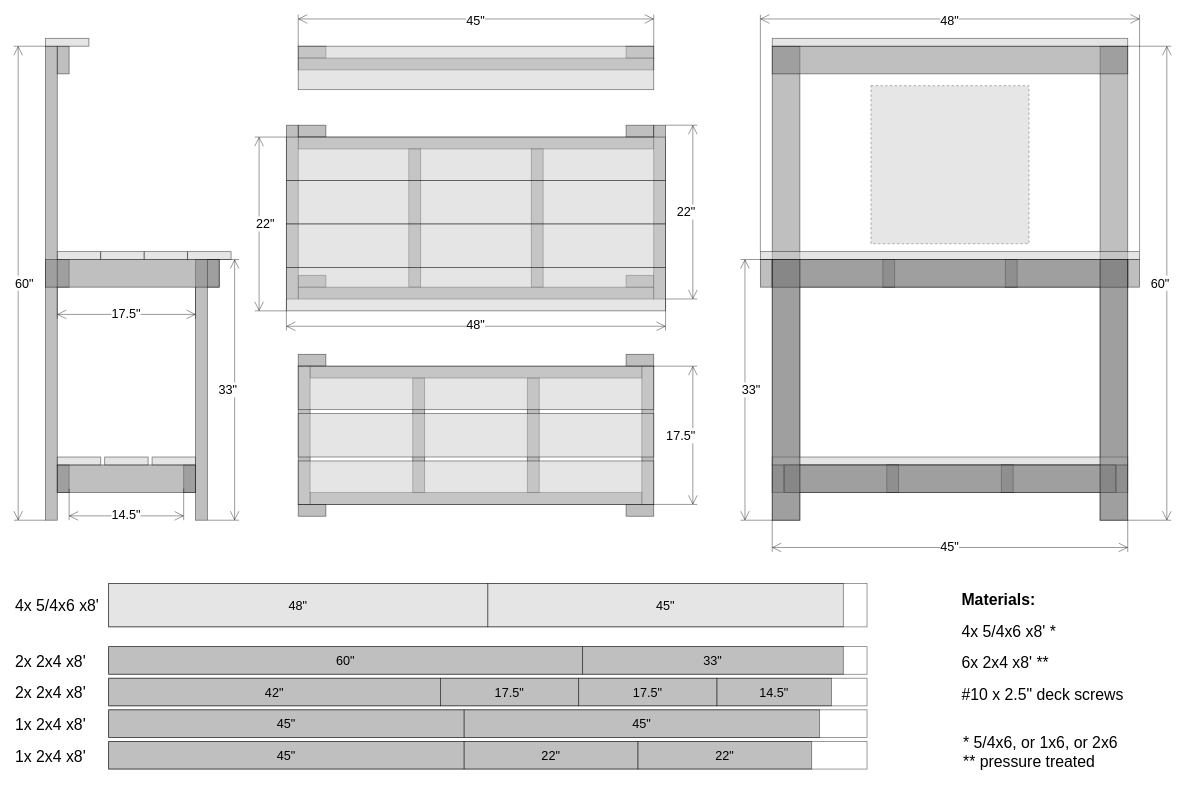
gsteiert/planting-bench keeps this draw.io diagram as page "Design" (1 of 2) of plans.drawio. Above is the earlier version. Source tidied: cells renumbered, new cells numbered last; positions are measured from the earlier drawing's top-left corner, leaving out a move shared by most shapes. Both pictures are drawn from the tidied source at 79%, with x=0, y=0 at pixel (13, 14). Pictures stored in the file or linked from it are replaced by grey dashed boxes.
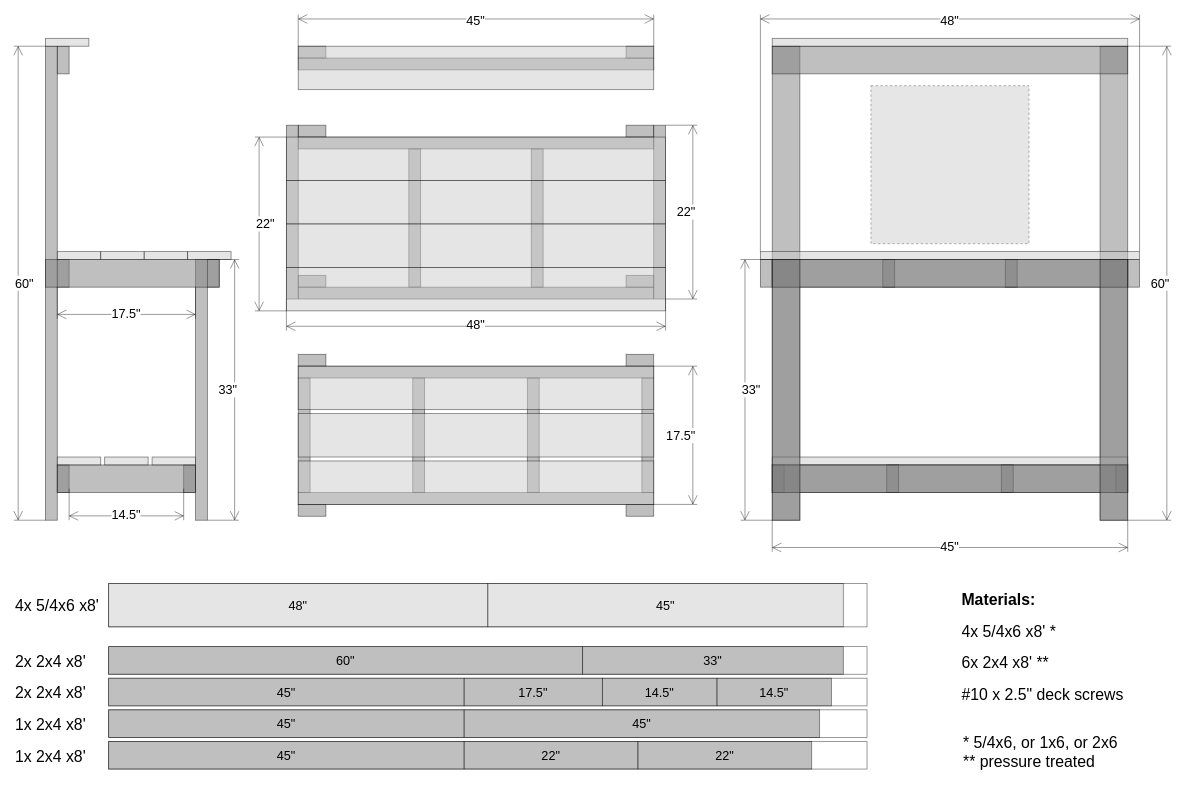
Above is the later version.

Commit message:
Added assembly steps

The change refers to these unchanged cells:
```xml
<mxCell id="87" style="group;" parent="1" vertex="1">
  <mxGeometry y="720" width="1080" height="235" as="geometry" />
</mxCell>
```

The edit, as a diff of the source:
```diff
@@
     <mxCell id="4" style="rounded=0;whiteSpace=wrap;html=1;opacity=50;fillColor=#808080;" parent="1" vertex="1">
-      <mxGeometry x="975" y="570" width="420" height="35" as="geometry" />
+      <mxGeometry x="960" y="570" width="450" height="35" as="geometry" />
     </mxCell>
@@
     <mxCell id="37" style="rounded=0;whiteSpace=wrap;html=1;opacity=50;fillColor=#808080;" parent="1" vertex="1">
-      <mxGeometry x="375" y="445" width="420" height="15" as="geometry" />
+      <mxGeometry x="360" y="445" width="450" height="15" as="geometry" />
     </mxCell>
@@
     <mxCell id="41" style="rounded=0;whiteSpace=wrap;html=1;opacity=50;fillColor=#808080;" parent="1" vertex="1">
-      <mxGeometry x="375" y="605" width="420" height="15" as="geometry" />
+      <mxGeometry x="360" y="605" width="450" height="15" as="geometry" />
     </mxCell>
@@
     <mxCell id="43" style="rounded=0;whiteSpace=wrap;html=1;opacity=50;fillColor=#808080;" parent="1" vertex="1">
-      <mxGeometry x="360" y="445" width="15" height="175" as="geometry" />
+      <mxGeometry x="360" y="460" width="15" height="145" as="geometry" />
     </mxCell>
     <mxCell id="44" style="rounded=0;whiteSpace=wrap;html=1;opacity=50;fillColor=#808080;" parent="1" vertex="1">
-      <mxGeometry x="795" y="445" width="15" height="175" as="geometry" />
+      <mxGeometry x="795" y="460" width="15" height="145" as="geometry" />
     </mxCell>
@@
     <mxCell id="67" style="rounded=0;whiteSpace=wrap;html=1;opacity=50;fillColor=#808080;" parent="1" vertex="1">
-      <mxGeometry x="975" y="570" width="420" height="35" as="geometry" />
+      <mxGeometry x="960" y="570" width="450" height="35" as="geometry" />
     </mxCell>
@@
+    <mxCell id="108" style="rounded=0;whiteSpace=wrap;html=1;opacity=50;fillColor=none;fontSize=16;" parent="87" vertex="1">
+      <mxGeometry x="120" y="120" width="960" height="35" as="geometry" />
+    </mxCell>
@@
-    <mxCell id="92" value="42&quot;" style="rounded=0;whiteSpace=wrap;html=1;opacity=50;fillColor=#808080;fontSize=16;" parent="87" vertex="1">
-      <mxGeometry x="120" y="120" width="420" height="35" as="geometry" />
+    <mxCell id="92" value="45&quot;" style="rounded=0;whiteSpace=wrap;html=1;opacity=50;fillColor=#808080;fontSize=16;" parent="87" vertex="1">
+      <mxGeometry x="120" y="120" width="450" height="35" as="geometry" />
     </mxCell>
@@
     <mxCell id="94" value="17.5&quot;" style="rounded=0;whiteSpace=wrap;html=1;opacity=50;fillColor=#808080;fontSize=16;" parent="87" vertex="1">
-      <mxGeometry x="540" y="120" width="175" height="35" as="geometry" />
+      <mxGeometry x="570" y="120" width="175" height="35" as="geometry" />
     </mxCell>
-    <mxCell id="95" value="17.5&quot;" style="rounded=0;whiteSpace=wrap;html=1;opacity=50;fillColor=#808080;fontSize=16;" parent="87" vertex="1">
-      <mxGeometry x="715" y="120" width="175" height="35" as="geometry" />
-    </mxCell>
@@
-    <mxCell id="108" style="rounded=0;whiteSpace=wrap;html=1;opacity=50;fillColor=none;fontSize=16;" parent="87" vertex="1">
-      <mxGeometry x="120" y="120" width="960" height="35" as="geometry" />
-    </mxCell>
@@
+    <mxCell id="113" value="14.5&quot;" style="rounded=0;whiteSpace=wrap;html=1;opacity=50;fillColor=#808080;fontSize=16;" parent="87" vertex="1">
+      <mxGeometry x="745" y="120" width="145" height="35" as="geometry" />
+    </mxCell>
```
